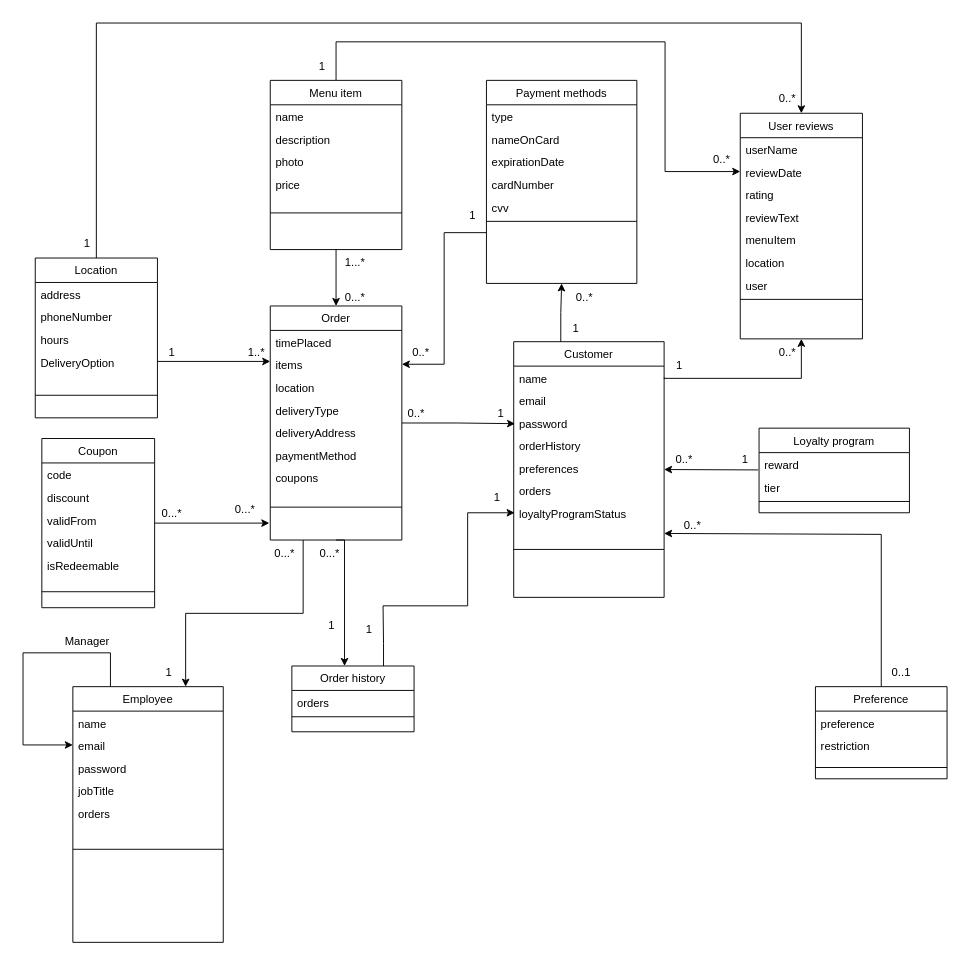
Above: HLFood-entity.drawio in MaiNhatHoangY2001/HLFood (draw.io), before the change. Source tidied: cells renumbered, new cells numbered last; positions are measured from the earlier drawing's top-left corner, leaving out a move shared by most shapes. Both pictures are drawn from the tidied source at 94%, with x=0, y=0 at pixel (23, 23).
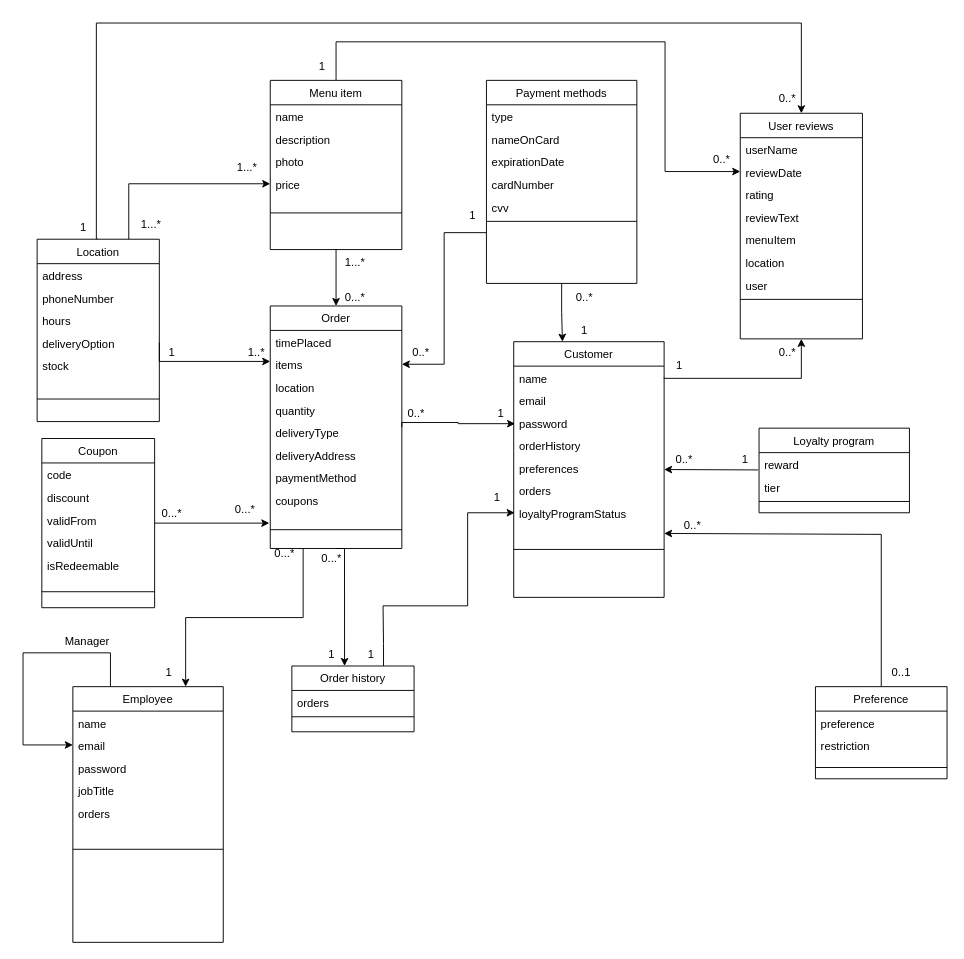
The same page after the edit.

Unchanged cells that the change refers to:
```xml
<mxCell id="8" value="price" style="text;align=left;verticalAlign=top;spacingLeft=4;spacingRight=4;overflow=hidden;points=[[0,0.5],[1,0.5]];portConstraint=eastwest;rounded=0;shadow=0;html=0;" parent="4" vertex="1">
  <mxGeometry y="98" width="140" height="24" as="geometry" />
</mxCell>
<mxCell id="29" value="Customer&#10;" style="swimlane;fontStyle=0;align=center;verticalAlign=top;horizontal=1;startSize=26;rounded=0;shadow=0;strokeWidth=1;" parent="1" vertex="1">
  <mxGeometry x="522" y="339" width="160" height="272" as="geometry" />
</mxCell>
<mxCell id="52" value="Payment methods" style="swimlane;fontStyle=0;align=center;verticalAlign=top;horizontal=1;startSize=26;rounded=0;shadow=0;strokeWidth=1;" parent="1" vertex="1">
  <mxGeometry x="493" y="61" width="160" height="216" as="geometry" />
</mxCell>
<mxCell id="64" value="Order history" style="swimlane;fontStyle=0;align=center;verticalAlign=top;horizontal=1;startSize=26;rounded=0;shadow=0;strokeWidth=1;" parent="1" vertex="1">
  <mxGeometry x="286" y="684" width="130" height="70" as="geometry" />
</mxCell>
```

Change to the diagram source:
```diff
@@
+    <mxCell id="117" style="edgeStyle=orthogonalEdgeStyle;rounded=0;jettySize=auto;html=1;exitX=0.75;exitY=0;exitDx=0;exitDy=0;entryX=0;entryY=0.5;entryDx=0;entryDy=0;endArrow=classic;endFill=1;" parent="1" edge="1" source="11" target="8">
+      <mxGeometry relative="1" as="geometry" />
+    </mxCell>
     <mxCell id="11" value="Location" style="swimlane;fontStyle=0;align=center;verticalAlign=top;horizontal=1;startSize=26;rounded=0;shadow=0;strokeWidth=1;" parent="1" vertex="1">
-      <mxGeometry x="13" y="250" width="130" height="170" as="geometry" />
+      <mxGeometry x="15" y="230" width="130" height="194" as="geometry" />
     </mxCell>
@@
-    <mxCell id="15" value="DeliveryOption" style="text;align=left;verticalAlign=top;spacingLeft=4;spacingRight=4;overflow=hidden;points=[[0,0.5],[1,0.5]];portConstraint=eastwest;rounded=0;shadow=0;html=0;" parent="11" vertex="1">
+    <mxCell id="15" value="deliveryOption" style="text;align=left;verticalAlign=top;spacingLeft=4;spacingRight=4;overflow=hidden;points=[[0,0.5],[1,0.5]];portConstraint=eastwest;rounded=0;shadow=0;html=0;" parent="11" vertex="1">
       <mxGeometry y="98" width="130" height="24" as="geometry" />
     </mxCell>
+    <mxCell id="118" value="stock&#10;" style="text;align=left;verticalAlign=top;spacingLeft=4;spacingRight=4;overflow=hidden;rounded=0;shadow=0;html=0;" parent="11" vertex="1">
+      <mxGeometry y="122" width="130" height="24" as="geometry" />
+    </mxCell>
     <mxCell id="16" style="line;html=1;strokeWidth=1;align=left;verticalAlign=middle;spacingTop=-1;spacingLeft=3;spacingRight=3;labelPosition=right;" parent="11" vertex="1">
-      <mxGeometry y="122" width="130" height="48" as="geometry" />
+      <mxGeometry y="146" width="130" height="48" as="geometry" />
     </mxCell>
     <mxCell id="17" style="edgeStyle=orthogonalEdgeStyle;rounded=0;jettySize=auto;html=1;exitX=0.5;exitY=1;exitDx=0;exitDy=0;entryX=0.431;entryY=0;entryDx=0;entryDy=0;entryPerimeter=0;" parent="1" edge="1" source="19" target="64">
       <mxGeometry relative="1" as="geometry">
         <Array as="points">
-          <mxPoint x="342" y="550" />
+          <mxPoint x="342" y="559" />
         </Array>
       </mxGeometry>
     </mxCell>
@@
     <mxCell id="19" value="Order" style="swimlane;fontStyle=0;align=center;verticalAlign=top;horizontal=1;startSize=26;rounded=0;shadow=0;strokeWidth=1;" parent="1" vertex="1">
-      <mxGeometry x="263" y="301" width="140" height="249" as="geometry" />
+      <mxGeometry x="263" y="301" width="140" height="258" as="geometry" />
     </mxCell>
@@
+    <mxCell id="119" value="quantity" style="text;align=left;verticalAlign=top;spacingLeft=4;spacingRight=4;overflow=hidden;rounded=0;shadow=0;html=0;" parent="19" vertex="1">
+      <mxGeometry y="98" width="140" height="24" as="geometry" />
+    </mxCell>
     <mxCell id="23" value="deliveryType" style="text;align=left;verticalAlign=top;spacingLeft=4;spacingRight=4;overflow=hidden;rounded=0;shadow=0;html=0;" parent="19" vertex="1">
-      <mxGeometry y="98" width="140" height="24" as="geometry" />
+      <mxGeometry y="122" width="140" height="24" as="geometry" />
     </mxCell>
     <mxCell id="24" value="deliveryAddress" style="text;align=left;verticalAlign=top;spacingLeft=4;spacingRight=4;overflow=hidden;rounded=0;shadow=0;html=0;" parent="19" vertex="1">
-      <mxGeometry y="122" width="140" height="24" as="geometry" />
+      <mxGeometry y="146" width="140" height="24" as="geometry" />
     </mxCell>
     <mxCell id="25" value="paymentMethod" style="text;align=left;verticalAlign=top;spacingLeft=4;spacingRight=4;overflow=hidden;rounded=0;shadow=0;html=0;" parent="19" vertex="1">
-      <mxGeometry y="146" width="140" height="24" as="geometry" />
+      <mxGeometry y="170" width="140" height="24" as="geometry" />
     </mxCell>
     <mxCell id="26" value="coupons" style="text;align=left;verticalAlign=top;spacingLeft=4;spacingRight=4;overflow=hidden;rounded=0;shadow=0;html=0;" parent="19" vertex="1">
-      <mxGeometry y="170" width="140" height="24" as="geometry" />
+      <mxGeometry y="194" width="140" height="24" as="geometry" />
     </mxCell>
     <mxCell id="27" style="line;html=1;strokeWidth=1;align=left;verticalAlign=middle;spacingTop=-1;spacingLeft=3;spacingRight=3;labelPosition=right;" parent="19" vertex="1">
-      <mxGeometry y="194" width="140" height="40" as="geometry" />
+      <mxGeometry y="218" width="140" height="40" as="geometry" />
     </mxCell>
-    <mxCell id="28" style="edgeStyle=orthogonalEdgeStyle;rounded=0;jettySize=auto;html=1;exitX=0.313;exitY=0.006;exitDx=0;exitDy=0;entryX=0.5;entryY=1;entryDx=0;entryDy=0;exitPerimeter=0;" parent="1" edge="1" source="29" target="52">
-      <mxGeometry relative="1" as="geometry" />
-    </mxCell>
@@
+    <mxCell id="120" style="edgeStyle=orthogonalEdgeStyle;rounded=0;jettySize=auto;html=1;exitX=0.5;exitY=1;exitDx=0;exitDy=0;endArrow=classic;endFill=1;entryX=0.324;entryY=0;entryDx=0;entryDy=0;entryPerimeter=0;" parent="1" edge="1" source="52" target="29">
+      <mxGeometry relative="1" as="geometry" />
+    </mxCell>
@@
     <mxCell id="87" value="1" style="text;html=1;align=center;verticalAlign=middle;strokeColor=none;fillColor=none;" parent="1" vertex="1">
-      <mxGeometry x="53" y="220" width="30" height="30" as="geometry" />
+      <mxGeometry x="49" y="203" width="30" height="30" as="geometry" />
     </mxCell>
@@
     <mxCell id="91" value="1" style="text;html=1;align=center;verticalAlign=middle;strokeColor=none;fillColor=none;" parent="1" vertex="1">
-      <mxGeometry x="573" y="310" width="30" height="30" as="geometry" />
+      <mxGeometry x="582" y="312" width="30" height="30" as="geometry" />
     </mxCell>
@@
     <mxCell id="98" value="1" style="text;html=1;align=center;verticalAlign=middle;strokeColor=none;fillColor=none;" parent="1" vertex="1">
-      <mxGeometry x="313" y="626" width="30" height="30" as="geometry" />
+      <mxGeometry x="313" y="657" width="30" height="30" as="geometry" />
     </mxCell>
     <mxCell id="99" value="0...*" style="text;html=1;align=center;verticalAlign=middle;strokeColor=none;fillColor=none;" parent="1" vertex="1">
-      <mxGeometry x="306" y="550" width="40" height="30" as="geometry" />
+      <mxGeometry x="308" y="555" width="40" height="30" as="geometry" />
     </mxCell>
@@
     <mxCell id="104" value="1" style="text;html=1;align=center;verticalAlign=middle;strokeColor=none;fillColor=none;" parent="1" vertex="1">
-      <mxGeometry x="353" y="630" width="30" height="30" as="geometry" />
+      <mxGeometry x="355" y="657" width="30" height="30" as="geometry" />
     </mxCell>
@@
+    <mxCell id="121" value="1...*" style="text;html=1;align=center;verticalAlign=middle;strokeColor=none;fillColor=none;" parent="1" vertex="1">
+      <mxGeometry x="218" y="139" width="40" height="30" as="geometry" />
+    </mxCell>
+    <mxCell id="122" value="1...*" style="text;html=1;align=center;verticalAlign=middle;strokeColor=none;fillColor=none;" parent="1" vertex="1">
+      <mxGeometry x="116" y="200" width="40" height="30" as="geometry" />
+    </mxCell>
```
